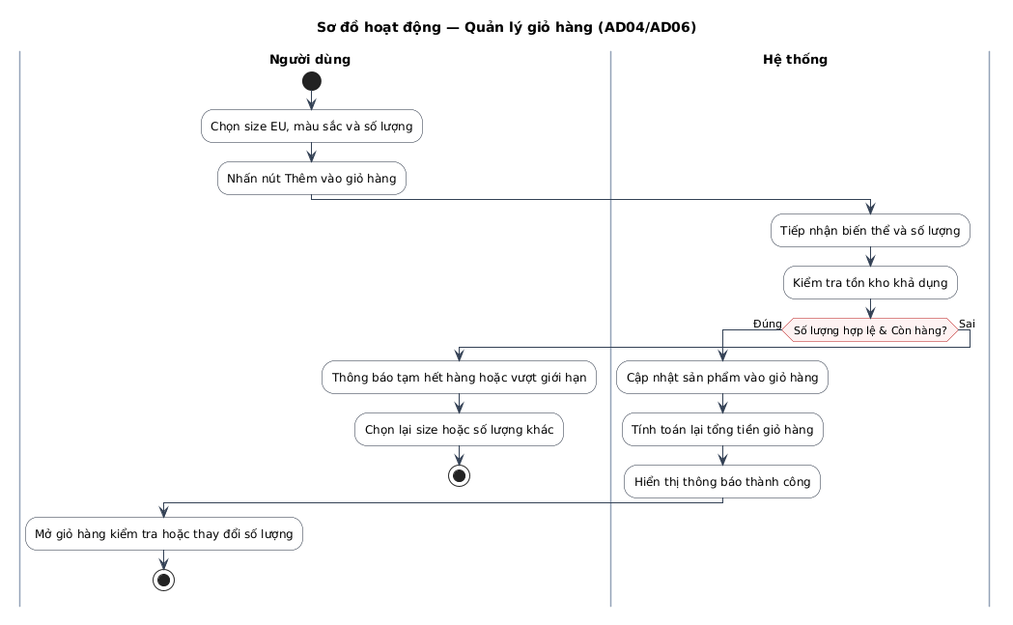
Earlier version of the PlantUML export docs/diagrams/activity/AD04_QUAN_LY_GIO_HANG.png (dungtttd01702-coder/vamos-store). Its diagram source:
```plantuml
@startuml
title Sơ đồ hoạt động — Quản lý giỏ hàng (AD04/AD06)

skinparam defaultFontName "Arial"
skinparam defaultFontSize 12
skinparam ActivityFontSize 12
skinparam ActivityBorderColor #1e293b
skinparam ActivityBackgroundColor #ffffff
skinparam ActivityDiamondBorderColor #b91c1c
skinparam ActivityDiamondBackgroundColor #fef2f2
skinparam ActivityDiamondFontSize 11
skinparam ArrowColor #334155
skinparam ArrowFontSize 11
skinparam SwimlaneTitleFontSize 13
skinparam SwimlaneTitleFontStyle bold
skinparam SwimlaneBorderColor #94a3b8
skinparam SwimlaneWidth same

|Người dùng|
start
:Chọn size EU, màu sắc và số lượng;
:Nhấn nút Thêm vào giỏ hàng;

|Hệ thống|
:Tiếp nhận biến thể và số lượng;
:Kiểm tra tồn kho khả dụng;
if (Số lượng hợp lệ & Còn hàng?) then (Đúng)
  :Cập nhật sản phẩm vào giỏ hàng;
  :Tính toán lại tổng tiền giỏ hàng;
  :Hiển thị thông báo thành công;
  |Người dùng|
  :Mở giỏ hàng kiểm tra hoặc thay đổi số lượng;
  stop
else (Sai)
  :Thông báo tạm hết hàng hoặc vượt giới hạn;
  |Người dùng|
  :Chọn lại size hoặc số lượng khác;
  stop
endif
@enduml
```
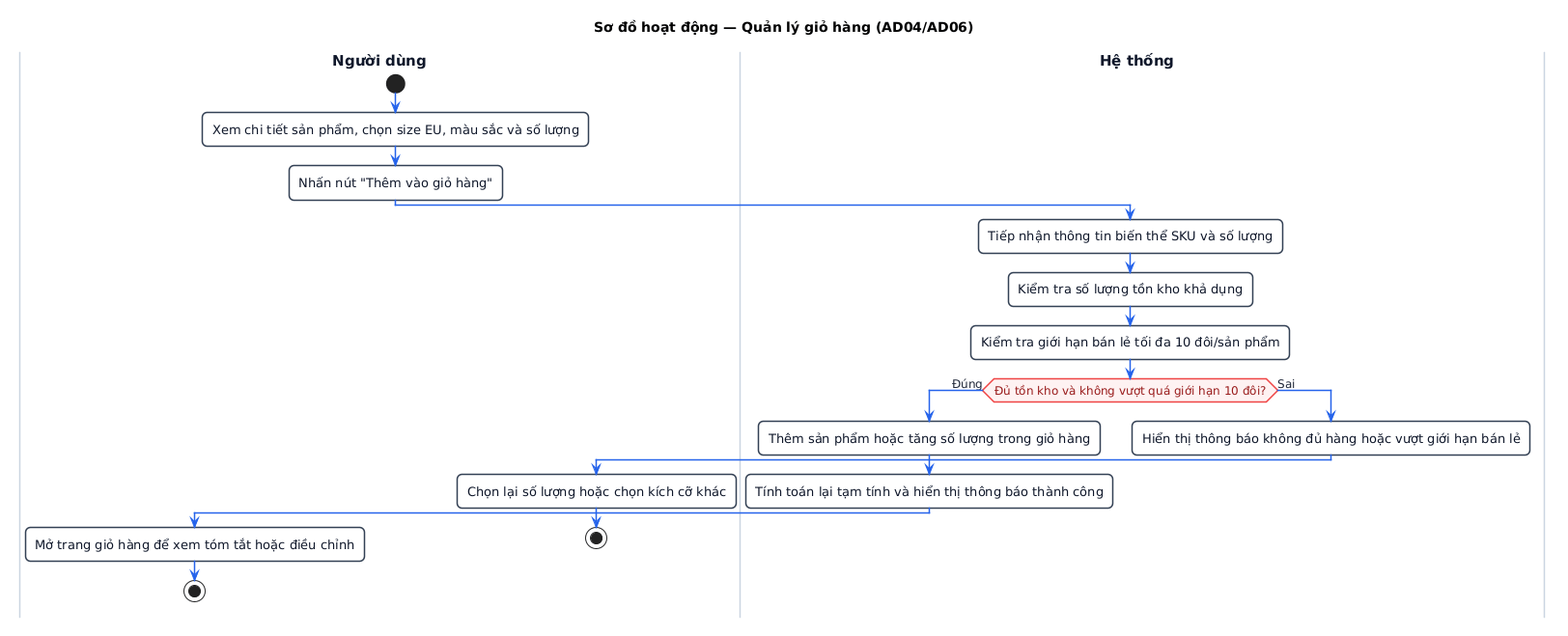
After the change.

The edit, as a diff of the source:
```diff
@@ -1,40 +1,57 @@
 @startuml
 title Sơ đồ hoạt động — Quản lý giỏ hàng (AD04/AD06)
 
-skinparam defaultFontName "Arial"
-skinparam defaultFontSize 12
-skinparam ActivityFontSize 12
-skinparam ActivityBorderColor #1e293b
+skinparam defaultFontName "Segoe UI, Arial, sans-serif"
+skinparam defaultFontSize 13
+skinparam roundCorner 10
+skinparam shadowing false
+
+skinparam ActivityFontSize 13
+skinparam ActivityFontColor #0f172a
+skinparam ActivityBorderColor #334155
+skinparam ActivityBorderThickness 1.5
 skinparam ActivityBackgroundColor #ffffff
-skinparam ActivityDiamondBorderColor #b91c1c
+
+skinparam ActivityDiamondFontSize 12
+skinparam ActivityDiamondFontColor #991b1b
+skinparam ActivityDiamondBorderColor #ef4444
+skinparam ActivityDiamondBorderThickness 1.5
 skinparam ActivityDiamondBackgroundColor #fef2f2
-skinparam ActivityDiamondFontSize 11
-skinparam ArrowColor #334155
-skinparam ArrowFontSize 11
-skinparam SwimlaneTitleFontSize 13
+
+skinparam ArrowColor #2563eb
+skinparam ArrowFontSize 12
+skinparam ArrowFontColor #1e293b
+skinparam ArrowThickness 1.5
+
+skinparam SwimlaneTitleFontSize 15
 skinparam SwimlaneTitleFontStyle bold
-skinparam SwimlaneBorderColor #94a3b8
-skinparam SwimlaneWidth same
+skinparam SwimlaneTitleFontColor #0f172a
+skinparam SwimlaneBorderColor #cbd5e1
+skinparam SwimlaneBorderThickness 1.5
+skinparam SwimlaneWidth 380
 
 |Người dùng|
 start
-:Chọn size EU, màu sắc và số lượng;
-:Nhấn nút Thêm vào giỏ hàng;
+:Xem chi tiết sản phẩm, chọn size EU, màu sắc và số lượng;
+:Nhấn nút "Thêm vào giỏ hàng";
 
 |Hệ thống|
-:Tiếp nhận biến thể và số lượng;
-:Kiểm tra tồn kho khả dụng;
-if (Số lượng hợp lệ & Còn hàng?) then (Đúng)
-  :Cập nhật sản phẩm vào giỏ hàng;
-  :Tính toán lại tổng tiền giỏ hàng;
-  :Hiển thị thông báo thành công;
+:Tiếp nhận thông tin biến thể SKU và số lượng;
+:Kiểm tra số lượng tồn kho khả dụng;
+:Kiểm tra giới hạn bán lẻ tối đa 10 đôi/sản phẩm;
+
+if (Đủ tồn kho và không vượt quá giới hạn 10 đôi?) then (Đúng)
+  |Hệ thống|
+  :Thêm sản phẩm hoặc tăng số lượng trong giỏ hàng;
+  :Tính toán lại tạm tính và hiển thị thông báo thành công;
   |Người dùng|
-  :Mở giỏ hàng kiểm tra hoặc thay đổi số lượng;
+  :Mở trang giỏ hàng để xem tóm tắt hoặc điều chỉnh;
   stop
 else (Sai)
-  :Thông báo tạm hết hàng hoặc vượt giới hạn;
+  |Hệ thống|
+  :Hiển thị thông báo không đủ hàng hoặc vượt giới hạn bán lẻ;
   |Người dùng|
-  :Chọn lại size hoặc số lượng khác;
+  :Chọn lại số lượng hoặc chọn kích cỡ khác;
   stop
 endif
 @enduml
```
